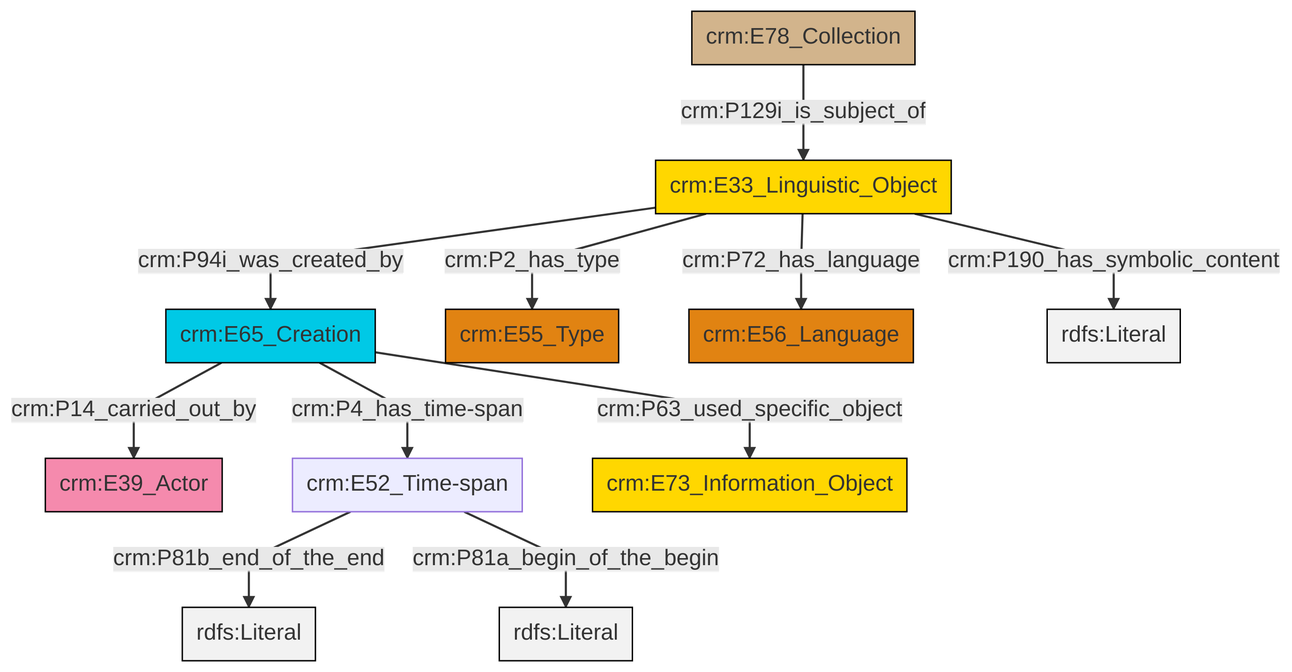
This is et/archivalCSV/ttl/mmd/png/archival_desc.png from swiss-art-research-net/docs.swissartresearch, a Mermaid export, as it was before one commit. Its source is kept beside it as et/archivalCSV/ttl/mmd/archival_desc.ttl.mmd.
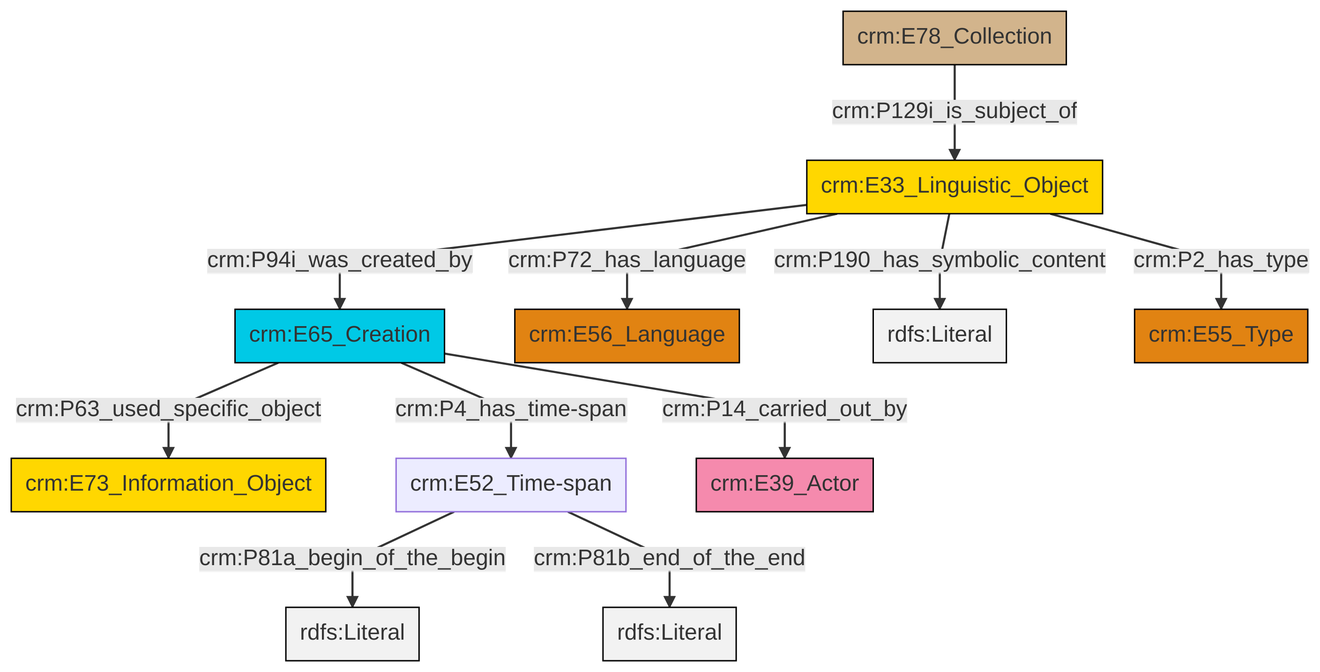
The same diagram one commit later.

What changed in the source:
```diff
@@ -13,13 +13,13 @@
 classDef PC_Classes fill:#4ce600, stroke:#000000;
 classDef Multi fill:#cccccc,stroke:#000000;
 
-0["crm:E65_Creation"]:::Temporal_Entity -->|crm:P14_carried_out_by| 4["crm:E39_Actor"]:::Actor
-0["crm:E65_Creation"]:::Temporal_Entity -->|crm:P4_has_time-span| 5["crm:E52_Time-span"]:::Default
-0["crm:E65_Creation"]:::Temporal_Entity -->|crm:P63_used_specific_object| 8["crm:E73_Information_Object"]:::Conceptual_Object
-9["crm:E33_Linguistic_Object"]:::Conceptual_Object -->|crm:P94i_was_created_by| 0["crm:E65_Creation"]:::Temporal_Entity
-9["crm:E33_Linguistic_Object"]:::Conceptual_Object -->|crm:P2_has_type| 10["crm:E55_Type"]:::Type
-9["crm:E33_Linguistic_Object"]:::Conceptual_Object -->|crm:P190_has_symbolic_content| 15[rdfs:Literal]:::Literal
-9["crm:E33_Linguistic_Object"]:::Conceptual_Object -->|crm:P72_has_language| 12["crm:E56_Language"]:::Type
-2["crm:E78_Collection"]:::Physical_Thing -->|crm:P129i_is_subject_of| 9["crm:E33_Linguistic_Object"]:::Conceptual_Object
-5["crm:E52_Time-span"]:::Default -->|crm:P81b_end_of_the_end| 17[rdfs:Literal]:::Literal
-5["crm:E52_Time-span"]:::Default -->|crm:P81a_begin_of_the_begin| 18[rdfs:Literal]:::Literal
+0["crm:E33_Linguistic_Object"]:::Conceptual_Object -->|crm:P94i_was_created_by| 1["crm:E65_Creation"]:::Temporal_Entity
+0["crm:E33_Linguistic_Object"]:::Conceptual_Object -->|crm:P72_has_language| 4["crm:E56_Language"]:::Type
+8["crm:E52_Time-span"]:::Default -->|crm:P81a_begin_of_the_begin| 9[rdfs:Literal]:::Literal
+1["crm:E65_Creation"]:::Temporal_Entity -->|crm:P4_has_time-span| 8["crm:E52_Time-span"]:::Default
+1["crm:E65_Creation"]:::Temporal_Entity -->|crm:P14_carried_out_by| 10["crm:E39_Actor"]:::Actor
+0["crm:E33_Linguistic_Object"]:::Conceptual_Object -->|crm:P190_has_symbolic_content| 13[rdfs:Literal]:::Literal
+1["crm:E65_Creation"]:::Temporal_Entity -->|crm:P63_used_specific_object| 6["crm:E73_Information_Object"]:::Conceptual_Object
+8["crm:E52_Time-span"]:::Default -->|crm:P81b_end_of_the_end| 15[rdfs:Literal]:::Literal
+2["crm:E78_Collection"]:::Physical_Thing -->|crm:P129i_is_subject_of| 0["crm:E33_Linguistic_Object"]:::Conceptual_Object
+0["crm:E33_Linguistic_Object"]:::Conceptual_Object -->|crm:P2_has_type| 16["crm:E55_Type"]:::Type
```
